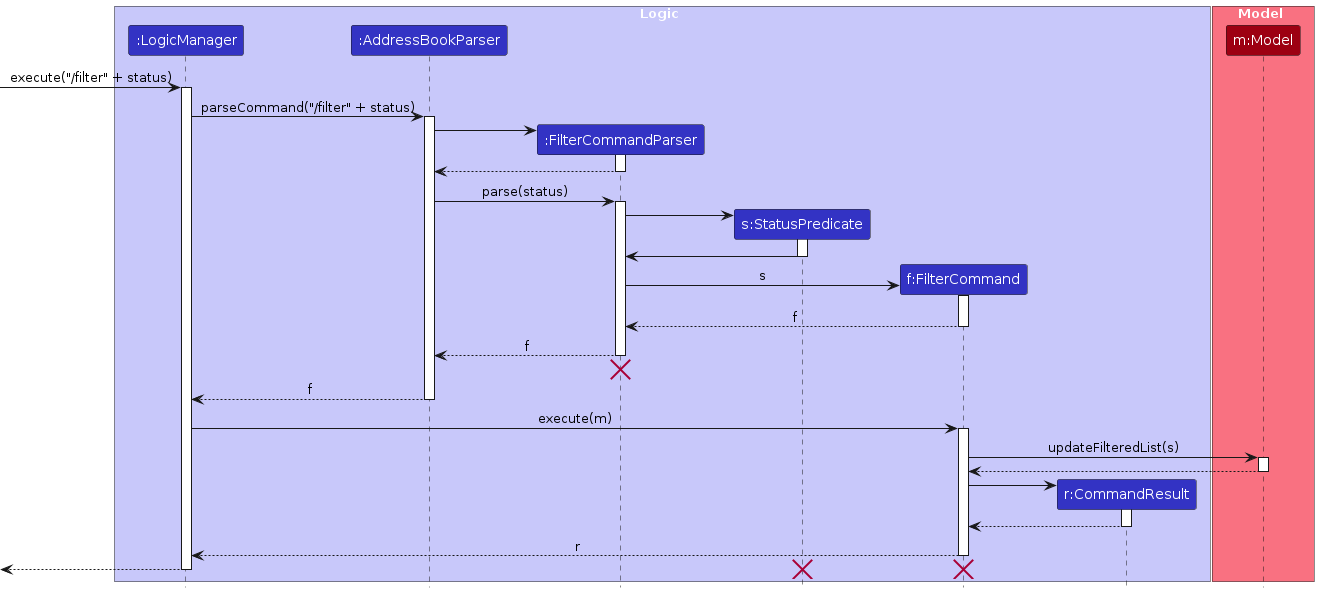
woke02/tp keeps this PlantUML diagram as diagrams/FilterSequenceDiagram.png. Above is the earlier version. Its source is kept beside it as diagrams/FilterSequenceDiagram.puml.
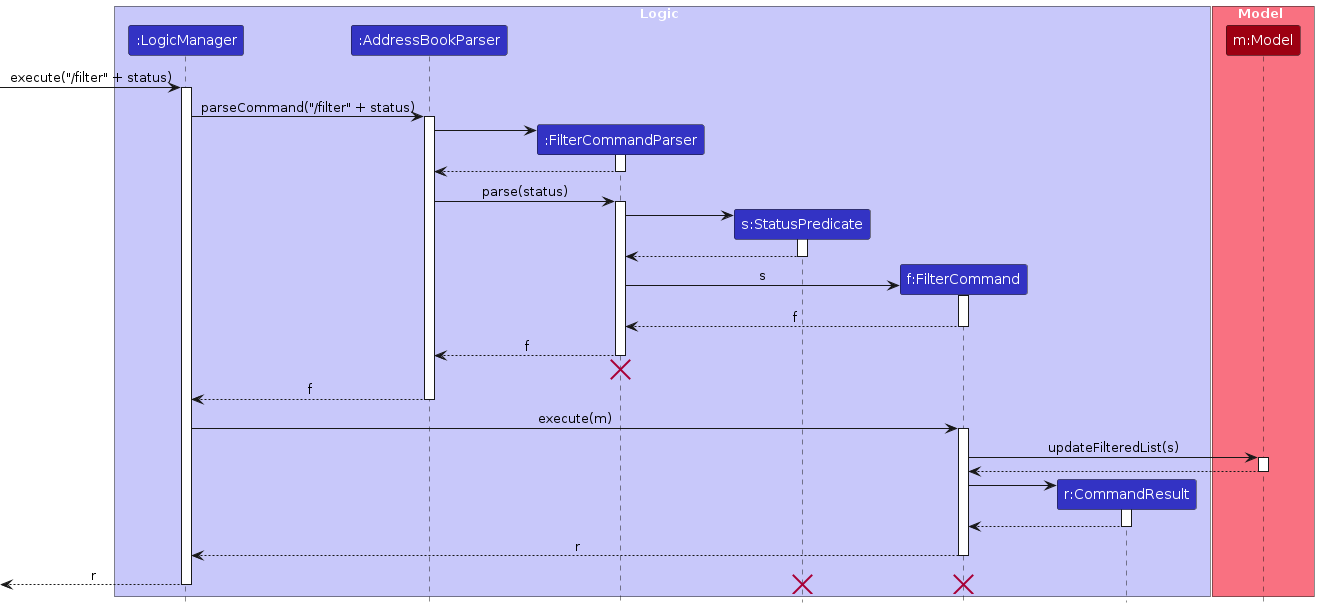
Later version of the same file.

Diff of the diagram source:
```diff
@@ -36,7 +36,7 @@
 FilterCommandParser -> StatusPredicate
 activate StatusPredicate
 
-StatusPredicate -> FilterCommandParser
+StatusPredicate --> FilterCommandParser
 deactivate StatusPredicate
 
 create FilterCommand
@@ -74,7 +74,7 @@
 FilterCommand --> LogicManager : r
 deactivate FilterCommand
 
-[<--LogicManager
+[<--LogicManager : r
 deactivate LogicManager
 destroy FilterCommand
 destroy StatusPredicate
```
